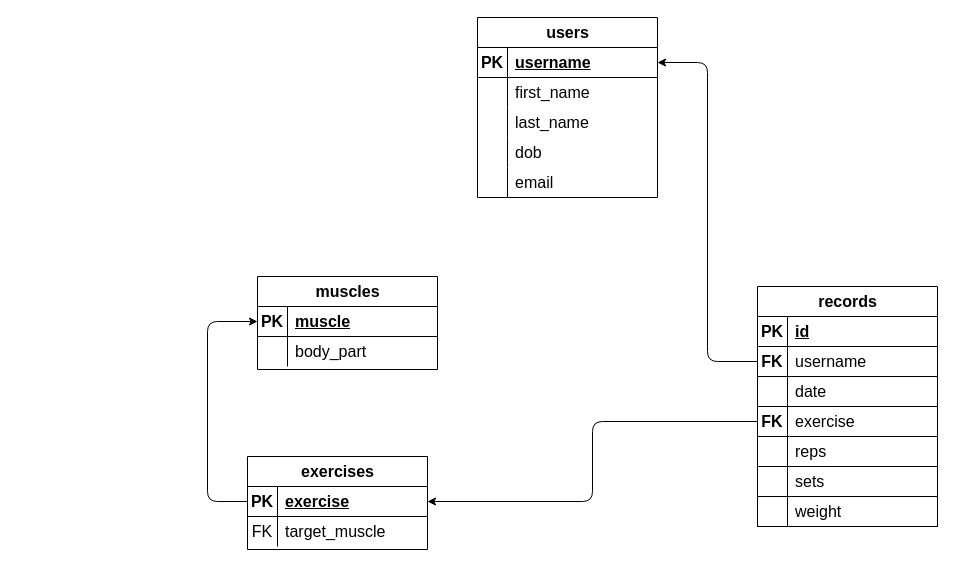
The draw.io diagram docs/schema.drawio in LorenzoPeve/fitness_tracker, before the edit. Source tidied: cells renumbered, new cells numbered last; positions are measured from the earlier drawing's top-left corner, leaving out a move shared by most shapes. Both pictures are drawn from the tidied source at 100%, with x=0, y=0 at pixel (207, 17).
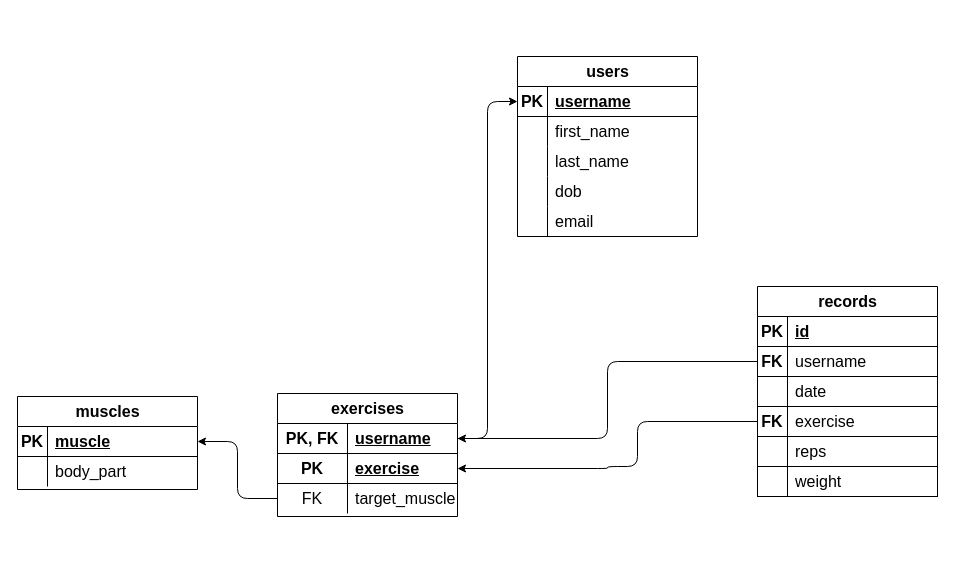
Above is the later version.

The change refers to these unchanged cells:
```xml
<mxCell id="3" style="shape=tableRow;horizontal=0;startSize=0;swimlaneHead=0;swimlaneBody=0;fillColor=none;points=[[0,0.5],[1,0.5]];portConstraint=eastwest;top=0;left=0;right=0;bottom=1;fontSize=16;" parent="2" vertex="1">
  <mxGeometry y="30" width="180" height="30" as="geometry" />
</mxCell>
<mxCell id="22" style="shape=tableRow;horizontal=0;startSize=0;swimlaneHead=0;swimlaneBody=0;fillColor=none;points=[[0,0.5],[1,0.5]];portConstraint=eastwest;top=0;left=0;right=0;bottom=1;fontSize=16;" parent="18" vertex="1">
  <mxGeometry y="60" width="180" height="30" as="geometry" />
</mxCell>
<mxCell id="28" style="shape=tableRow;horizontal=0;startSize=0;swimlaneHead=0;swimlaneBody=0;fillColor=none;points=[[0,0.5],[1,0.5]];portConstraint=eastwest;top=0;left=0;right=0;bottom=1;fontSize=16;" parent="18" vertex="1">
  <mxGeometry y="120" width="180" height="30" as="geometry" />
</mxCell>
<mxCell id="48" style="shape=tableRow;horizontal=0;startSize=0;swimlaneHead=0;swimlaneBody=0;fillColor=none;points=[[0,0.5],[1,0.5]];portConstraint=eastwest;top=0;left=0;right=0;bottom=1;fontSize=16;" parent="47" vertex="1">
  <mxGeometry y="30" width="180" height="30" as="geometry" />
</mxCell>
```

Diff of the diagram source:
```diff
@@
     <mxCell id="2" value="users" style="shape=table;startSize=30;childLayout=tableLayout;rowLines=0;fontStyle=1;align=center;html=1;fontSize=16;" parent="1" vertex="1">
-      <mxGeometry x="270" width="180" height="180" as="geometry" />
+      <mxGeometry x="310" y="39" width="180" height="180" as="geometry" />
     </mxCell>
@@
     <mxCell id="18" value="records" style="shape=table;startSize=30;childLayout=tableLayout;rowLines=0;fontStyle=1;align=center;html=1;fontSize=16;" parent="1" vertex="1">
-      <mxGeometry x="550" y="269" width="180" height="240" as="geometry" />
+      <mxGeometry x="550" y="269" width="180" height="210" as="geometry" />
     </mxCell>
@@
-    <mxCell id="34" style="shape=tableRow;horizontal=0;startSize=0;swimlaneHead=0;swimlaneBody=0;fillColor=none;top=0;left=0;right=0;bottom=1;fontSize=16;" parent="18" vertex="1">
-      <mxGeometry y="180" width="180" height="30" as="geometry" />
-    </mxCell>
-    <mxCell id="35" style="shape=partialRectangle;fillColor=none;top=0;left=0;bottom=0;right=0;fontStyle=1;overflow=hidden;whiteSpace=wrap;html=1;fontSize=16;" parent="34" vertex="1">
-      <mxGeometry width="30" height="30" as="geometry" />
-    </mxCell>
-    <mxCell id="36" value="sets" style="shape=partialRectangle;fillColor=none;top=0;left=0;bottom=0;right=0;align=left;spacingLeft=6;fontStyle=0;overflow=hidden;whiteSpace=wrap;html=1;fontSize=16;" parent="34" vertex="1">
-      <mxGeometry x="30" width="150" height="30" as="geometry" />
-    </mxCell>
     <mxCell id="37" style="shape=tableRow;horizontal=0;startSize=0;swimlaneHead=0;swimlaneBody=0;fillColor=none;top=0;left=0;right=0;bottom=1;fontSize=16;" parent="18" vertex="1">
-      <mxGeometry y="210" width="180" height="30" as="geometry" />
+      <mxGeometry y="180" width="180" height="30" as="geometry" />
     </mxCell>
@@
     <mxCell id="40" value="exercises" style="shape=table;startSize=30;childLayout=tableLayout;rowLines=0;fontStyle=1;align=center;html=1;fontSize=16;" parent="1" vertex="1">
-      <mxGeometry x="40" y="439" width="180" height="93" as="geometry" />
+      <mxGeometry x="70" y="376" width="180" height="123" as="geometry" />
     </mxCell>
+    <mxCell id="57" style="shape=tableRow;horizontal=0;startSize=0;swimlaneHead=0;swimlaneBody=0;fillColor=none;points=[[0,0.5],[1,0.5]];portConstraint=eastwest;top=0;left=0;right=0;bottom=1;fontSize=16;" parent="40" vertex="1">
+      <mxGeometry y="30" width="180" height="30" as="geometry" />
+    </mxCell>
+    <mxCell id="58" value="PK, FK" style="shape=partialRectangle;fillColor=none;top=0;left=0;bottom=0;right=0;fontStyle=1;overflow=hidden;whiteSpace=wrap;html=1;fontSize=16;" parent="57" vertex="1">
+      <mxGeometry width="70" height="30" as="geometry" />
+    </mxCell>
+    <mxCell id="59" value="username" style="shape=partialRectangle;fillColor=none;top=0;left=0;bottom=0;right=0;align=left;spacingLeft=6;fontStyle=5;overflow=hidden;whiteSpace=wrap;html=1;fontSize=16;" parent="57" vertex="1">
+      <mxGeometry x="70" width="110" height="30" as="geometry" />
+    </mxCell>
     <mxCell id="41" style="shape=tableRow;horizontal=0;startSize=0;swimlaneHead=0;swimlaneBody=0;fillColor=none;points=[[0,0.5],[1,0.5]];portConstraint=eastwest;top=0;left=0;right=0;bottom=1;fontSize=16;" parent="40" vertex="1">
-      <mxGeometry y="30" width="180" height="30" as="geometry" />
+      <mxGeometry y="60" width="180" height="30" as="geometry" />
     </mxCell>
     <mxCell id="42" value="PK" style="shape=partialRectangle;fillColor=none;top=0;left=0;bottom=0;right=0;fontStyle=1;overflow=hidden;whiteSpace=wrap;html=1;fontSize=16;" parent="41" vertex="1">
-      <mxGeometry width="30" height="30" as="geometry" />
+      <mxGeometry width="70" height="30" as="geometry" />
     </mxCell>
     <mxCell id="43" value="exercise" style="shape=partialRectangle;fillColor=none;top=0;left=0;bottom=0;right=0;align=left;spacingLeft=6;fontStyle=5;overflow=hidden;whiteSpace=wrap;html=1;fontSize=16;" parent="41" vertex="1">
-      <mxGeometry x="30" width="150" height="30" as="geometry" />
+      <mxGeometry x="70" width="110" height="30" as="geometry" />
     </mxCell>
     <mxCell id="44" style="shape=tableRow;horizontal=0;startSize=0;swimlaneHead=0;swimlaneBody=0;fillColor=none;points=[[0,0.5],[1,0.5]];portConstraint=eastwest;top=0;left=0;right=0;bottom=0;fontSize=16;" parent="40" vertex="1">
-      <mxGeometry y="60" width="180" height="30" as="geometry" />
+      <mxGeometry y="90" width="180" height="30" as="geometry" />
     </mxCell>
     <mxCell id="45" value="FK" style="shape=partialRectangle;fillColor=none;top=0;left=0;bottom=0;right=0;overflow=hidden;whiteSpace=wrap;html=1;fontSize=16;" parent="44" vertex="1">
-      <mxGeometry width="30" height="30" as="geometry" />
+      <mxGeometry width="70" height="30" as="geometry" />
     </mxCell>
     <mxCell id="46" value="target_muscle" style="shape=partialRectangle;fillColor=none;top=0;left=0;bottom=0;right=0;align=left;spacingLeft=6;overflow=hidden;whiteSpace=wrap;html=1;fontSize=16;" parent="44" vertex="1">
-      <mxGeometry x="30" width="150" height="30" as="geometry" />
+      <mxGeometry x="70" width="110" height="30" as="geometry" />
     </mxCell>
     <mxCell id="47" value="muscles" style="shape=table;startSize=30;childLayout=tableLayout;rowLines=0;fontStyle=1;align=center;html=1;fontSize=16;" parent="1" vertex="1">
-      <mxGeometry x="50" y="259" width="180" height="93" as="geometry" />
+      <mxGeometry x="-190" y="379" width="180" height="93" as="geometry" />
     </mxCell>
@@
-    <mxCell id="54" style="edgeStyle=orthogonalEdgeStyle;html=1;exitX=0;exitY=0.5;exitDx=0;exitDy=0;entryX=0;entryY=0.5;entryDx=0;entryDy=0;" parent="1" edge="1" source="41" target="48">
-      <mxGeometry relative="1" as="geometry">
-        <Array as="points">
-          <mxPoint y="484" />
-          <mxPoint y="304" />
-        </Array>
-      </mxGeometry>
-    </mxCell>
     <mxCell id="55" style="edgeStyle=orthogonalEdgeStyle;html=1;exitX=0;exitY=0.5;exitDx=0;exitDy=0;entryX=1;entryY=0.5;entryDx=0;entryDy=0;" parent="1" edge="1" source="28" target="41">
-      <mxGeometry relative="1" as="geometry" />
+      <mxGeometry relative="1" as="geometry">
+        <Array as="points">
+          <mxPoint x="430" y="404" />
+          <mxPoint x="430" y="449" />
+          <mxPoint x="400" y="449" />
+          <mxPoint x="400" y="451" />
+        </Array>
+      </mxGeometry>
     </mxCell>
-    <mxCell id="56" style="edgeStyle=orthogonalEdgeStyle;html=1;exitX=0;exitY=0.5;exitDx=0;exitDy=0;entryX=1;entryY=0.5;entryDx=0;entryDy=0;" parent="1" edge="1" source="22" target="3">
-      <mxGeometry relative="1" as="geometry" />
-    </mxCell>
+    <mxCell id="60" style="edgeStyle=orthogonalEdgeStyle;html=1;exitX=0;exitY=0.5;exitDx=0;exitDy=0;entryX=1;entryY=0.5;entryDx=0;entryDy=0;" parent="1" edge="1" source="44" target="48">
+      <mxGeometry relative="1" as="geometry" />
+    </mxCell>
+    <mxCell id="61" style="edgeStyle=orthogonalEdgeStyle;html=1;exitX=1;exitY=0.5;exitDx=0;exitDy=0;" parent="1" edge="1" source="57" target="3">
+      <mxGeometry relative="1" as="geometry" />
+    </mxCell>
+    <mxCell id="62" style="edgeStyle=orthogonalEdgeStyle;html=1;exitX=0;exitY=0.5;exitDx=0;exitDy=0;entryX=1;entryY=0.5;entryDx=0;entryDy=0;" parent="1" edge="1" source="22" target="57">
+      <mxGeometry relative="1" as="geometry" />
+    </mxCell>
```
